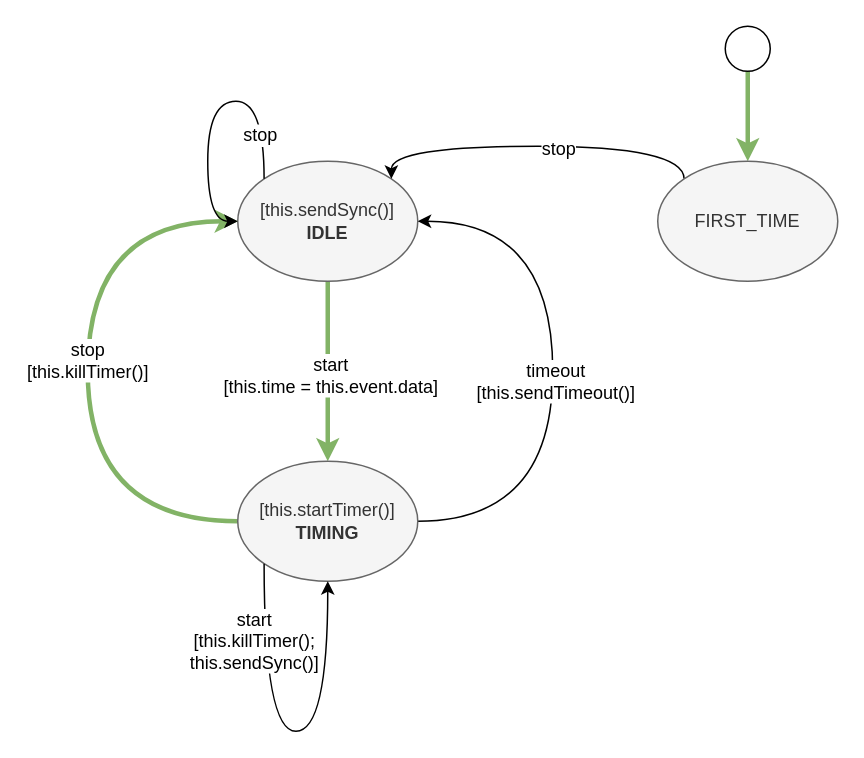
Above: page "JS Timer State Machine" (4 of 8) of drawing.drawio in guitarvydas/ag-js-3 (draw.io), before the change. Source tidied: cells renumbered, new cells numbered last; positions are measured from the earlier drawing's top-left corner, leaving out a move shared by most shapes. Both pictures are drawn from the tidied source at 150%, with x=0, y=0 at pixel (87, 26).
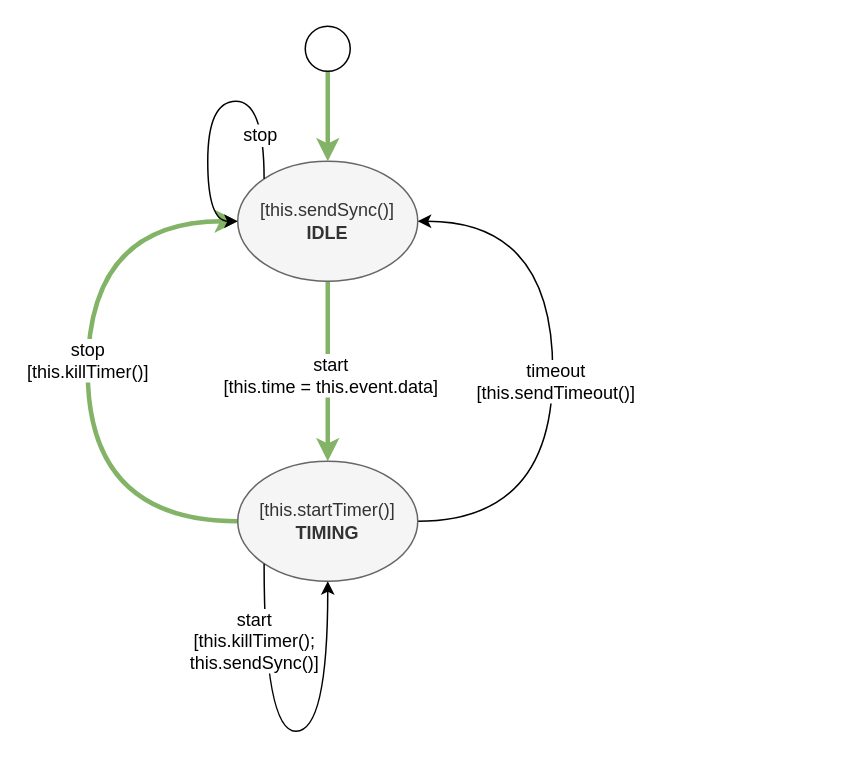
The same page after the edit.

The change refers to these unchanged cells:
```xml
<mxCell id="4" value="[this.sendSync()]&lt;br&gt;&lt;b&gt;IDLE&lt;/b&gt;" style="ellipse;whiteSpace=wrap;html=1;fillColor=#f5f5f5;strokeColor=#666666;fontColor=#333333;" parent="1" vertex="1">
  <mxGeometry x="100" y="90" width="120" height="80" as="geometry" />
</mxCell>
```

Change to the diagram source:
```diff
@@
-    <mxCell id="12" style="edgeStyle=orthogonalEdgeStyle;curved=1;jettySize=auto;html=1;fillColor=#d5e8d4;strokeColor=#82b366;strokeWidth=3;entryX=0.5;entryY=0;entryDx=0;entryDy=0;" parent="1" edge="1" source="13" target="18">
+    <mxCell id="12" style="edgeStyle=orthogonalEdgeStyle;curved=1;jettySize=auto;html=1;fillColor=#d5e8d4;strokeColor=#82b366;strokeWidth=3;entryX=0.5;entryY=0;entryDx=0;entryDy=0;" parent="1" edge="1" source="13" target="4">
       <mxGeometry relative="1" as="geometry" />
     </mxCell>
     <mxCell id="13" style="ellipse;whiteSpace=wrap;html=1;" parent="1" vertex="1">
-      <mxGeometry x="425" width="30" height="30" as="geometry" />
+      <mxGeometry x="145" width="30" height="30" as="geometry" />
     </mxCell>
@@
-    <mxCell id="16" style="edgeStyle=orthogonalEdgeStyle;curved=1;jettySize=auto;html=1;exitX=0;exitY=0;exitDx=0;exitDy=0;entryX=1;entryY=0;entryDx=0;entryDy=0;strokeWidth=1;" parent="1" edge="1" source="18" target="4">
-      <mxGeometry relative="1" as="geometry">
-        <Array as="points">
-          <mxPoint x="398" y="80" />
-          <mxPoint x="202" y="80" />
-        </Array>
-      </mxGeometry>
-    </mxCell>
-    <mxCell id="17" value="stop" style="text;html=1;align=center;verticalAlign=middle;labelBackgroundColor=#ffffff;" parent="16" vertex="1">
-      <mxGeometry x="-0.11" y="1" relative="1" as="geometry" />
-    </mxCell>
-    <mxCell id="18" value="FIRST_TIME" style="ellipse;whiteSpace=wrap;html=1;fillColor=#f5f5f5;strokeColor=#666666;fontColor=#333333;" parent="1" vertex="1">
-      <mxGeometry x="380" y="90" width="120" height="80" as="geometry" />
-    </mxCell>
```
